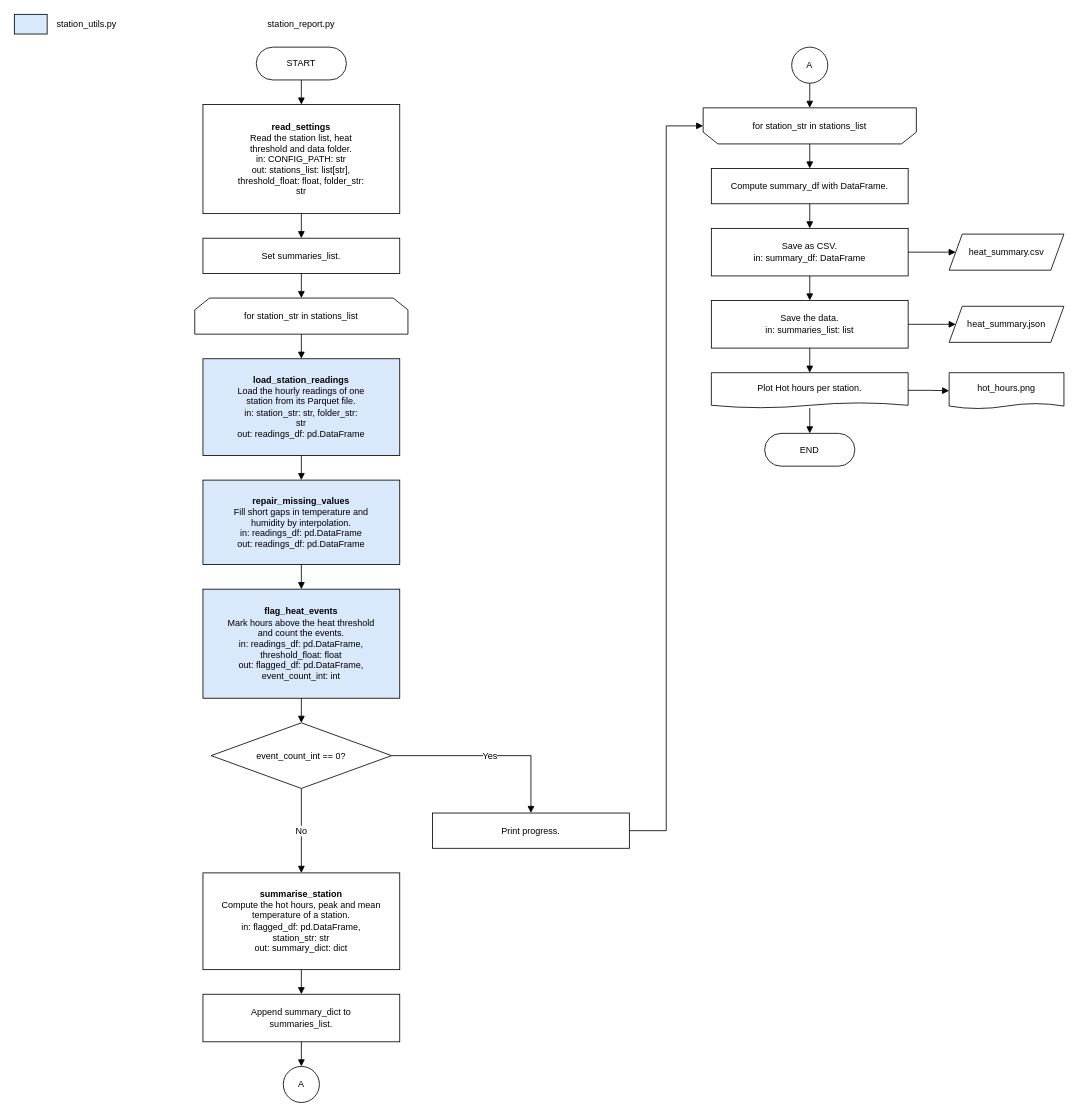
Above: page "station_report.py: overview" (1 of 7) of docs/images/station_report.drawio in SAMtheROCKET/flowblueprint (draw.io), before the change. Source tidied: cells renumbered, new cells numbered last; positions are measured from the earlier drawing's top-left corner, leaving out a move shared by most shapes. Both pictures are drawn from the tidied source at 82%, with x=0, y=0 at pixel (14, 14).
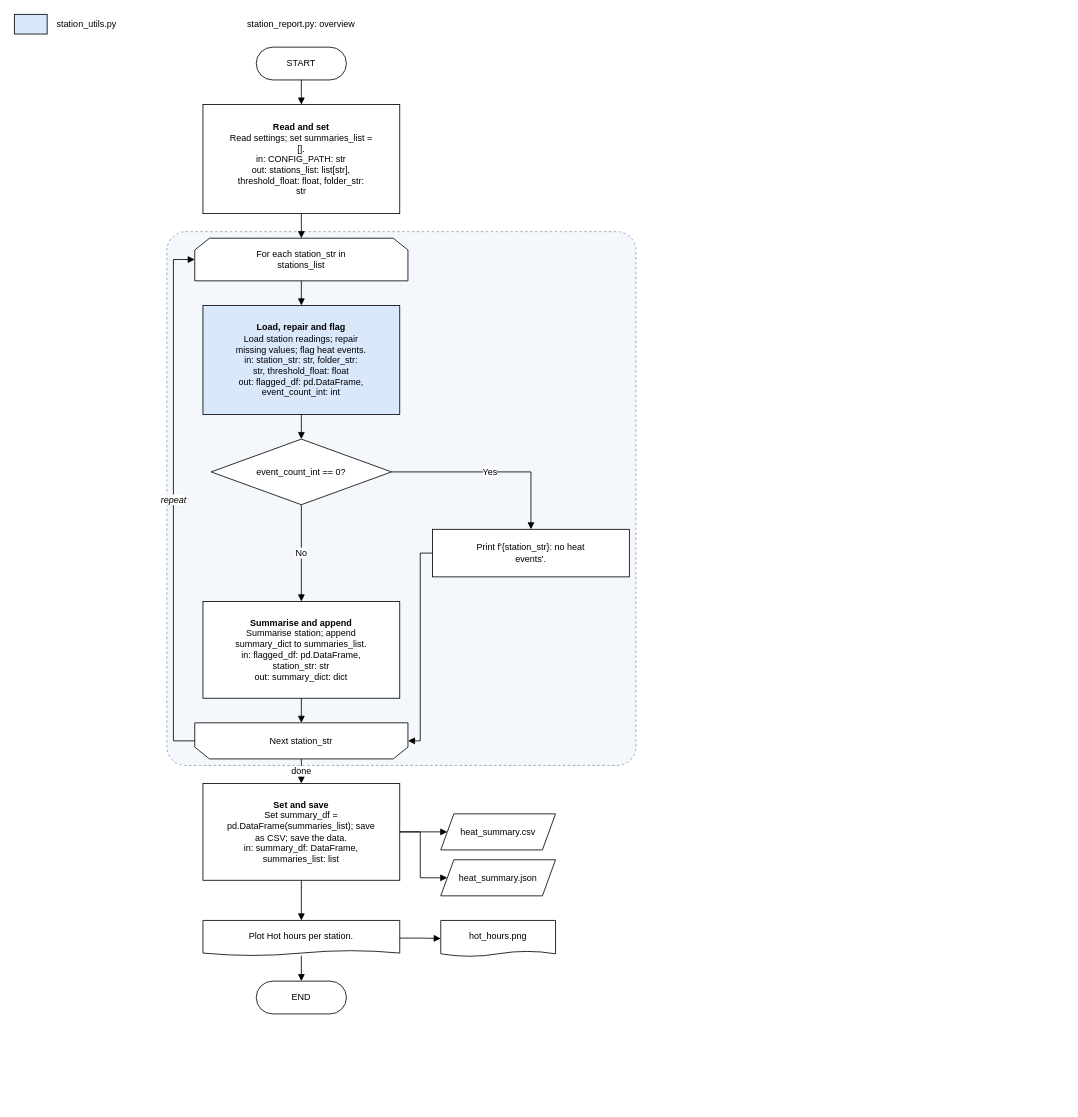
Above is the later version.

Change to the diagram source:
```diff
@@
+    <mxCell id="19" style="rounded=1;arcSize=4;dashed=1;whiteSpace=wrap;html=1;fontSize=11;strokeColor=#000000;strokeColor=#8a9bb5;fillColor=#f4f8fd;" parent="1" vertex="1">
+      <mxGeometry x="186" y="265" width="572" height="651" as="geometry" />
+    </mxCell>
@@
-    <mxCell id="4" value="station_report.py" style="text;align=center;verticalAlign=middle;whiteSpace=wrap;html=1;fontSize=11;strokeColor=#000000;strokeColor=none;fillColor=none;align=center;" parent="1" vertex="1">
-      <mxGeometry x="230" width="240" height="24" as="geometry" />
-    </mxCell>
+    <mxCell id="18" value="station_report.py: overview" style="text;align=center;verticalAlign=middle;whiteSpace=wrap;html=1;fontSize=11;strokeColor=#000000;strokeColor=none;fillColor=none;align=center;" parent="1" vertex="1">
+      <mxGeometry x="230" width="240" height="24" as="geometry" />
+    </mxCell>
@@
-    <mxCell id="6" value="&lt;b&gt;read_settings&lt;/b&gt;&lt;br&gt;Read the station list, heat&lt;br&gt;threshold and data folder.&lt;br&gt;in: CONFIG_PATH: str&lt;br&gt;out: stations_list: list[str],&lt;br&gt;threshold_float: float, folder_str:&lt;br&gt;str" style="rounded=0;whiteSpace=wrap;html=1;fontSize=11;strokeColor=#000000;fillColor=#ffffff;" parent="1" vertex="1">
+    <mxCell id="6" value="&lt;b&gt;Read and set&lt;/b&gt;&lt;br&gt;Read settings; set summaries_list =&lt;br&gt;[].&lt;br&gt;in: CONFIG_PATH: str&lt;br&gt;out: stations_list: list[str],&lt;br&gt;threshold_float: float, folder_str:&lt;br&gt;str" style="rounded=0;whiteSpace=wrap;html=1;fontSize=11;strokeColor=#000000;fillColor=#ffffff;" parent="1" vertex="1">
       <mxGeometry x="230" y="110" width="240" height="133" as="geometry" />
     </mxCell>
-    <mxCell id="7" value="Set summaries_list." style="rounded=0;whiteSpace=wrap;html=1;fontSize=11;strokeColor=#000000;fillColor=#ffffff;" parent="1" vertex="1">
-      <mxGeometry x="230" y="273" width="240" height="43" as="geometry" />
+    <mxCell id="7" value="For each station_str in&lt;br&gt;stations_list" style="shape=loopLimit;size=18;whiteSpace=wrap;html=1;fontSize=11;strokeColor=#000000;fillColor=#ffffff;" parent="1" vertex="1">
+      <mxGeometry x="220" y="273" width="260" height="52" as="geometry" />
     </mxCell>
-    <mxCell id="8" value="for station_str in stations_list" style="shape=loopLimit;size=18;whiteSpace=wrap;html=1;fontSize=11;strokeColor=#000000;fillColor=#ffffff;" parent="1" vertex="1">
-      <mxGeometry x="220" y="346" width="260" height="44" as="geometry" />
+    <mxCell id="8" value="&lt;b&gt;Load, repair and flag&lt;/b&gt;&lt;br&gt;Load station readings; repair&lt;br&gt;missing values; flag heat events.&lt;br&gt;in: station_str: str, folder_str:&lt;br&gt;str, threshold_float: float&lt;br&gt;out: flagged_df: pd.DataFrame,&lt;br&gt;event_count_int: int" style="rounded=0;whiteSpace=wrap;html=1;fontSize=11;strokeColor=#000000;fillColor=#dae8fc;" parent="1" vertex="1">
+      <mxGeometry x="230" y="355" width="240" height="133" as="geometry" />
     </mxCell>
-    <mxCell id="9" value="&lt;b&gt;load_station_readings&lt;/b&gt;&lt;br&gt;Load the hourly readings of one&lt;br&gt;station from its Parquet file.&lt;br&gt;in: station_str: str, folder_str:&lt;br&gt;str&lt;br&gt;out: readings_df: pd.DataFrame" style="rounded=0;whiteSpace=wrap;html=1;fontSize=11;strokeColor=#000000;fillColor=#dae8fc;" parent="1" vertex="1">
-      <mxGeometry x="230" y="420" width="240" height="118" as="geometry" />
+    <mxCell id="9" value="event_count_int == 0?" style="rhombus;whiteSpace=wrap;html=1;fontSize=11;strokeColor=#000000;fillColor=#ffffff;" parent="1" vertex="1">
+      <mxGeometry x="240" y="518" width="220" height="80" as="geometry" />
     </mxCell>
-    <mxCell id="10" value="&lt;b&gt;repair_missing_values&lt;/b&gt;&lt;br&gt;Fill short gaps in temperature and&lt;br&gt;humidity by interpolation.&lt;br&gt;in: readings_df: pd.DataFrame&lt;br&gt;out: readings_df: pd.DataFrame" style="rounded=0;whiteSpace=wrap;html=1;fontSize=11;strokeColor=#000000;fillColor=#dae8fc;" parent="1" vertex="1">
-      <mxGeometry x="230" y="568" width="240" height="103" as="geometry" />
+    <mxCell id="10" value="Print f&amp;#x27;{station_str}: no heat&lt;br&gt;events&amp;#x27;." style="rounded=0;whiteSpace=wrap;html=1;fontSize=11;strokeColor=#000000;fillColor=#ffffff;" parent="1" vertex="1">
+      <mxGeometry x="510" y="628" width="240" height="58" as="geometry" />
     </mxCell>
-    <mxCell id="11" value="&lt;b&gt;flag_heat_events&lt;/b&gt;&lt;br&gt;Mark hours above the heat threshold&lt;br&gt;and count the events.&lt;br&gt;in: readings_df: pd.DataFrame,&lt;br&gt;threshold_float: float&lt;br&gt;out: flagged_df: pd.DataFrame,&lt;br&gt;event_count_int: int" style="rounded=0;whiteSpace=wrap;html=1;fontSize=11;strokeColor=#000000;fillColor=#dae8fc;" parent="1" vertex="1">
-      <mxGeometry x="230" y="701" width="240" height="133" as="geometry" />
+    <mxCell id="11" value="&lt;b&gt;Summarise and append&lt;/b&gt;&lt;br&gt;Summarise station; append&lt;br&gt;summary_dict to summaries_list.&lt;br&gt;in: flagged_df: pd.DataFrame,&lt;br&gt;station_str: str&lt;br&gt;out: summary_dict: dict" style="rounded=0;whiteSpace=wrap;html=1;fontSize=11;strokeColor=#000000;fillColor=#ffffff;" parent="1" vertex="1">
+      <mxGeometry x="230" y="716" width="240" height="118" as="geometry" />
     </mxCell>
-    <mxCell id="12" value="event_count_int == 0?" style="rhombus;whiteSpace=wrap;html=1;fontSize=11;strokeColor=#000000;fillColor=#ffffff;" parent="1" vertex="1">
-      <mxGeometry x="240" y="864" width="220" height="80" as="geometry" />
+    <mxCell id="12" value="Next station_str" style="shape=loopLimit;size=18;flipV=1;whiteSpace=wrap;html=1;fontSize=11;strokeColor=#000000;fillColor=#ffffff;" parent="1" vertex="1">
+      <mxGeometry x="220" y="864" width="260" height="44" as="geometry" />
     </mxCell>
-    <mxCell id="13" value="Print progress." style="rounded=0;whiteSpace=wrap;html=1;fontSize=11;strokeColor=#000000;fillColor=#ffffff;" parent="1" vertex="1">
-      <mxGeometry x="510" y="974" width="240" height="43" as="geometry" />
+    <mxCell id="13" value="&lt;b&gt;Set and save&lt;/b&gt;&lt;br&gt;Set summary_df =&lt;br&gt;pd.DataFrame(summaries_list); save&lt;br&gt;as CSV; save the data.&lt;br&gt;in: summary_df: DataFrame,&lt;br&gt;summaries_list: list" style="rounded=0;whiteSpace=wrap;html=1;fontSize=11;strokeColor=#000000;fillColor=#ffffff;" parent="1" vertex="1">
+      <mxGeometry x="230" y="938" width="240" height="118" as="geometry" />
     </mxCell>
-    <mxCell id="14" value="&lt;b&gt;summarise_station&lt;/b&gt;&lt;br&gt;Compute the hot hours, peak and mean&lt;br&gt;temperature of a station.&lt;br&gt;in: flagged_df: pd.DataFrame,&lt;br&gt;station_str: str&lt;br&gt;out: summary_dict: dict" style="rounded=0;whiteSpace=wrap;html=1;fontSize=11;strokeColor=#000000;fillColor=#ffffff;" parent="1" vertex="1">
-      <mxGeometry x="230" y="1047" width="240" height="118" as="geometry" />
+    <mxCell id="14" value="heat_summary.csv" style="shape=parallelogram;perimeter=parallelogramPerimeter;fixedSize=1;size=16;whiteSpace=wrap;html=1;fontSize=11;strokeColor=#000000;fillColor=#ffffff;" parent="1" vertex="1">
+      <mxGeometry x="520" y="975" width="140" height="44" as="geometry" />
     </mxCell>
-    <mxCell id="15" value="Append summary_dict to&lt;br&gt;summaries_list." style="rounded=0;whiteSpace=wrap;html=1;fontSize=11;strokeColor=#000000;fillColor=#ffffff;" parent="1" vertex="1">
-      <mxGeometry x="230" y="1195" width="240" height="58" as="geometry" />
+    <mxCell id="15" value="heat_summary.json" style="shape=parallelogram;perimeter=parallelogramPerimeter;fixedSize=1;size=16;whiteSpace=wrap;html=1;fontSize=11;strokeColor=#000000;fillColor=#ffffff;" parent="1" vertex="1">
+      <mxGeometry x="520" y="1031" width="140" height="44" as="geometry" />
     </mxCell>
-    <mxCell id="16" value="A" style="ellipse;whiteSpace=wrap;html=1;fontSize=11;strokeColor=#000000;fillColor=#ffffff;" parent="1" vertex="1">
-      <mxGeometry x="328" y="1283" width="44" height="44" as="geometry" />
+    <mxCell id="16" value="Plot Hot hours per station." style="shape=document;boundedLbl=1;size=0.15;whiteSpace=wrap;html=1;fontSize=11;strokeColor=#000000;fillColor=#ffffff;" parent="1" vertex="1">
+      <mxGeometry x="230" y="1105" width="240" height="43" as="geometry" />
     </mxCell>
+    <mxCell id="4" value="hot_hours.png" style="shape=document;boundedLbl=1;size=0.15;whiteSpace=wrap;html=1;fontSize=11;strokeColor=#000000;fillColor=#ffffff;" parent="1" vertex="1">
+      <mxGeometry x="520" y="1105" width="140" height="44" as="geometry" />
+    </mxCell>
-    <mxCell id="17" value="A" style="ellipse;whiteSpace=wrap;html=1;fontSize=11;strokeColor=#000000;fillColor=#ffffff;" parent="1" vertex="1">
-      <mxGeometry x="948" y="40" width="44" height="44" as="geometry" />
+    <mxCell id="17" value="END" style="rounded=1;arcSize=50;whiteSpace=wrap;html=1;fontSize=11;strokeColor=#000000;fillColor=#ffffff;" parent="1" vertex="1">
+      <mxGeometry x="295" y="1179" width="110" height="40" as="geometry" />
     </mxCell>
-    <mxCell id="18" value="for station_str in stations_list" style="shape=loopLimit;size=18;flipV=1;whiteSpace=wrap;html=1;fontSize=11;strokeColor=#000000;fillColor=#ffffff;" parent="1" vertex="1">
-      <mxGeometry x="840" y="114" width="260" height="44" as="geometry" />
-    </mxCell>
-    <mxCell id="19" value="Compute summary_df with DataFrame." style="rounded=0;whiteSpace=wrap;html=1;fontSize=11;strokeColor=#000000;fillColor=#ffffff;" parent="1" vertex="1">
-      <mxGeometry x="850" y="188" width="240" height="43" as="geometry" />
-    </mxCell>
-    <mxCell id="20" value="Save as CSV.&lt;br&gt;in: summary_df: DataFrame" style="rounded=0;whiteSpace=wrap;html=1;fontSize=11;strokeColor=#000000;fillColor=#ffffff;" parent="1" vertex="1">
-      <mxGeometry x="850" y="261" width="240" height="58" as="geometry" />
-    </mxCell>
-    <mxCell id="21" value="heat_summary.csv" style="shape=parallelogram;perimeter=parallelogramPerimeter;fixedSize=1;size=16;whiteSpace=wrap;html=1;fontSize=11;strokeColor=#000000;fillColor=#ffffff;" parent="1" vertex="1">
-      <mxGeometry x="1140" y="268" width="140" height="44" as="geometry" />
-    </mxCell>
-    <mxCell id="22" value="Save the data.&lt;br&gt;in: summaries_list: list" style="rounded=0;whiteSpace=wrap;html=1;fontSize=11;strokeColor=#000000;fillColor=#ffffff;" parent="1" vertex="1">
-      <mxGeometry x="850" y="349" width="240" height="58" as="geometry" />
-    </mxCell>
-    <mxCell id="23" value="heat_summary.json" style="shape=parallelogram;perimeter=parallelogramPerimeter;fixedSize=1;size=16;whiteSpace=wrap;html=1;fontSize=11;strokeColor=#000000;fillColor=#ffffff;" parent="1" vertex="1">
-      <mxGeometry x="1140" y="356" width="140" height="44" as="geometry" />
-    </mxCell>
-    <mxCell id="24" value="Plot Hot hours per station." style="shape=document;boundedLbl=1;size=0.15;whiteSpace=wrap;html=1;fontSize=11;strokeColor=#000000;fillColor=#ffffff;" parent="1" vertex="1">
-      <mxGeometry x="850" y="437" width="240" height="43" as="geometry" />
-    </mxCell>
-    <mxCell id="25" value="hot_hours.png" style="shape=document;boundedLbl=1;size=0.15;whiteSpace=wrap;html=1;fontSize=11;strokeColor=#000000;fillColor=#ffffff;" parent="1" vertex="1">
-      <mxGeometry x="1140" y="437" width="140" height="44" as="geometry" />
-    </mxCell>
-    <mxCell id="26" value="END" style="rounded=1;arcSize=50;whiteSpace=wrap;html=1;fontSize=11;strokeColor=#000000;fillColor=#ffffff;" parent="1" vertex="1">
-      <mxGeometry x="915" y="511" width="110" height="40" as="geometry" />
-    </mxCell>
@@
-    <mxCell id="30" style="edgeStyle=orthogonalEdgeStyle;rounded=0;html=1;endArrow=block;endFill=1;fontSize=11;entryX=0.5;entryY=0;" parent="1" edge="1" source="8" target="9">
+    <mxCell id="30" value="Yes" style="edgeStyle=orthogonalEdgeStyle;rounded=0;html=1;endArrow=block;endFill=1;fontSize=11;exitX=1;exitY=0.5;entryX=0.5;entryY=0;" parent="1" edge="1" source="9" target="10">
       <mxGeometry relative="1" as="geometry" />
     </mxCell>
-    <mxCell id="31" style="edgeStyle=orthogonalEdgeStyle;rounded=0;html=1;endArrow=block;endFill=1;fontSize=11;entryX=0.5;entryY=0;" parent="1" edge="1" source="9" target="10">
+    <mxCell id="31" style="edgeStyle=orthogonalEdgeStyle;rounded=0;html=1;endArrow=block;endFill=1;fontSize=11;entryX=0.5;entryY=0;" parent="1" edge="1" source="8" target="9">
       <mxGeometry relative="1" as="geometry" />
     </mxCell>
-    <mxCell id="32" style="edgeStyle=orthogonalEdgeStyle;rounded=0;html=1;endArrow=block;endFill=1;fontSize=11;entryX=0.5;entryY=0;" parent="1" edge="1" source="10" target="11">
+    <mxCell id="32" value="No" style="edgeStyle=orthogonalEdgeStyle;rounded=0;html=1;endArrow=block;endFill=1;fontSize=11;exitX=0.5;exitY=1;entryX=0.5;entryY=0;" parent="1" edge="1" source="9" target="11">
       <mxGeometry relative="1" as="geometry" />
     </mxCell>
-    <mxCell id="33" value="Yes" style="edgeStyle=orthogonalEdgeStyle;rounded=0;html=1;endArrow=block;endFill=1;fontSize=11;exitX=1;exitY=0.5;entryX=0.5;entryY=0;" parent="1" edge="1" source="12" target="13">
+    <mxCell id="33" style="edgeStyle=orthogonalEdgeStyle;rounded=0;html=1;endArrow=block;endFill=1;fontSize=11;entryX=0.5;entryY=0;" parent="1" edge="1" source="11" target="12">
       <mxGeometry relative="1" as="geometry" />
     </mxCell>
-    <mxCell id="34" style="edgeStyle=orthogonalEdgeStyle;rounded=0;html=1;endArrow=block;endFill=1;fontSize=11;entryX=0.5;entryY=0;" parent="1" edge="1" source="11" target="12">
+    <mxCell id="34" style="edgeStyle=orthogonalEdgeStyle;rounded=0;html=1;endArrow=block;endFill=1;fontSize=11;exitX=1;exitY=0.5;entryX=0;entryY=0.5;" parent="1" edge="1" source="13" target="14">
       <mxGeometry relative="1" as="geometry" />
     </mxCell>
-    <mxCell id="35" value="No" style="edgeStyle=orthogonalEdgeStyle;rounded=0;html=1;endArrow=block;endFill=1;fontSize=11;exitX=0.5;exitY=1;entryX=0.5;entryY=0;" parent="1" edge="1" source="12" target="14">
+    <mxCell id="35" style="edgeStyle=orthogonalEdgeStyle;rounded=0;html=1;endArrow=block;endFill=1;fontSize=11;exitX=1;exitY=0.5;entryX=0;entryY=0.5;" parent="1" edge="1" source="13" target="15">
       <mxGeometry relative="1" as="geometry" />
     </mxCell>
-    <mxCell id="36" style="edgeStyle=orthogonalEdgeStyle;rounded=0;html=1;endArrow=block;endFill=1;fontSize=11;entryX=0.5;entryY=0;" parent="1" edge="1" source="14" target="15">
+    <mxCell id="36" value="done" style="edgeStyle=orthogonalEdgeStyle;rounded=0;html=1;endArrow=block;endFill=1;fontSize=11;entryX=0.5;entryY=0;" parent="1" edge="1" source="12" target="13">
       <mxGeometry relative="1" as="geometry" />
     </mxCell>
-    <mxCell id="37" style="edgeStyle=orthogonalEdgeStyle;rounded=0;html=1;endArrow=block;endFill=1;fontSize=11;entryX=0.5;entryY=0;" parent="1" edge="1" source="15" target="16">
+    <mxCell id="37" style="edgeStyle=orthogonalEdgeStyle;rounded=0;html=1;endArrow=block;endFill=1;fontSize=11;exitX=1;exitY=0.5;entryX=0;entryY=0.5;" parent="1" edge="1" source="16" target="4">
       <mxGeometry relative="1" as="geometry" />
     </mxCell>
-    <mxCell id="38" style="edgeStyle=orthogonalEdgeStyle;rounded=0;html=1;endArrow=block;endFill=1;fontSize=11;entryX=0.5;entryY=0;" parent="1" edge="1" source="17" target="18">
+    <mxCell id="38" style="edgeStyle=orthogonalEdgeStyle;rounded=0;html=1;endArrow=block;endFill=1;fontSize=11;entryX=0.5;entryY=0;" parent="1" edge="1" source="13" target="16">
       <mxGeometry relative="1" as="geometry" />
     </mxCell>
-    <mxCell id="39" style="edgeStyle=orthogonalEdgeStyle;rounded=0;html=1;endArrow=block;endFill=1;fontSize=11;entryX=0.5;entryY=0;" parent="1" edge="1" source="18" target="19">
+    <mxCell id="39" style="edgeStyle=orthogonalEdgeStyle;rounded=0;html=1;endArrow=block;endFill=1;fontSize=11;entryX=0.5;entryY=0;" parent="1" edge="1" source="16" target="17">
       <mxGeometry relative="1" as="geometry" />
     </mxCell>
-    <mxCell id="40" style="edgeStyle=orthogonalEdgeStyle;rounded=0;html=1;endArrow=block;endFill=1;fontSize=11;exitX=1;exitY=0.5;entryX=0;entryY=0.5;" parent="1" edge="1" source="20" target="21">
+    <mxCell id="40" style="edgeStyle=orthogonalEdgeStyle;rounded=0;html=1;endArrow=block;endFill=1;fontSize=11;entryX=1;entryY=0.5;" parent="1" edge="1" source="10" target="12">
       <mxGeometry relative="1" as="geometry" />
     </mxCell>
-    <mxCell id="41" style="edgeStyle=orthogonalEdgeStyle;rounded=0;html=1;endArrow=block;endFill=1;fontSize=11;entryX=0.5;entryY=0;" parent="1" edge="1" source="19" target="20">
-      <mxGeometry relative="1" as="geometry" />
+    <mxCell id="41" value="repeat" style="edgeStyle=orthogonalEdgeStyle;rounded=0;html=1;endArrow=block;endFill=1;fontSize=11;exitX=0;exitY=0.5;entryX=0;entryY=0.5;fontStyle=2;" parent="1" edge="1" source="12" target="7">
+      <mxGeometry relative="1" as="geometry">
+        <Array as="points">
+          <mxPoint x="194" y="886" />
+          <mxPoint x="194" y="299" />
+        </Array>
+      </mxGeometry>
     </mxCell>
-    <mxCell id="42" style="edgeStyle=orthogonalEdgeStyle;rounded=0;html=1;endArrow=block;endFill=1;fontSize=11;exitX=1;exitY=0.5;entryX=0;entryY=0.5;" parent="1" edge="1" source="22" target="23">
-      <mxGeometry relative="1" as="geometry" />
-    </mxCell>
-    <mxCell id="43" style="edgeStyle=orthogonalEdgeStyle;rounded=0;html=1;endArrow=block;endFill=1;fontSize=11;entryX=0.5;entryY=0;" parent="1" edge="1" source="20" target="22">
-      <mxGeometry relative="1" as="geometry" />
-    </mxCell>
-    <mxCell id="44" style="edgeStyle=orthogonalEdgeStyle;rounded=0;html=1;endArrow=block;endFill=1;fontSize=11;exitX=1;exitY=0.5;entryX=0;entryY=0.5;" parent="1" edge="1" source="24" target="25">
-      <mxGeometry relative="1" as="geometry" />
-    </mxCell>
-    <mxCell id="45" style="edgeStyle=orthogonalEdgeStyle;rounded=0;html=1;endArrow=block;endFill=1;fontSize=11;entryX=0.5;entryY=0;" parent="1" edge="1" source="22" target="24">
-      <mxGeometry relative="1" as="geometry" />
-    </mxCell>
-    <mxCell id="46" style="edgeStyle=orthogonalEdgeStyle;rounded=0;html=1;endArrow=block;endFill=1;fontSize=11;entryX=0.5;entryY=0;" parent="1" edge="1" source="24" target="26">
-      <mxGeometry relative="1" as="geometry" />
-    </mxCell>
-    <mxCell id="47" style="edgeStyle=orthogonalEdgeStyle;rounded=0;html=1;endArrow=block;endFill=1;fontSize=11;entryX=0;entryY=0.5;" parent="1" edge="1" source="13" target="18">
-      <mxGeometry relative="1" as="geometry" />
-    </mxCell>
```
